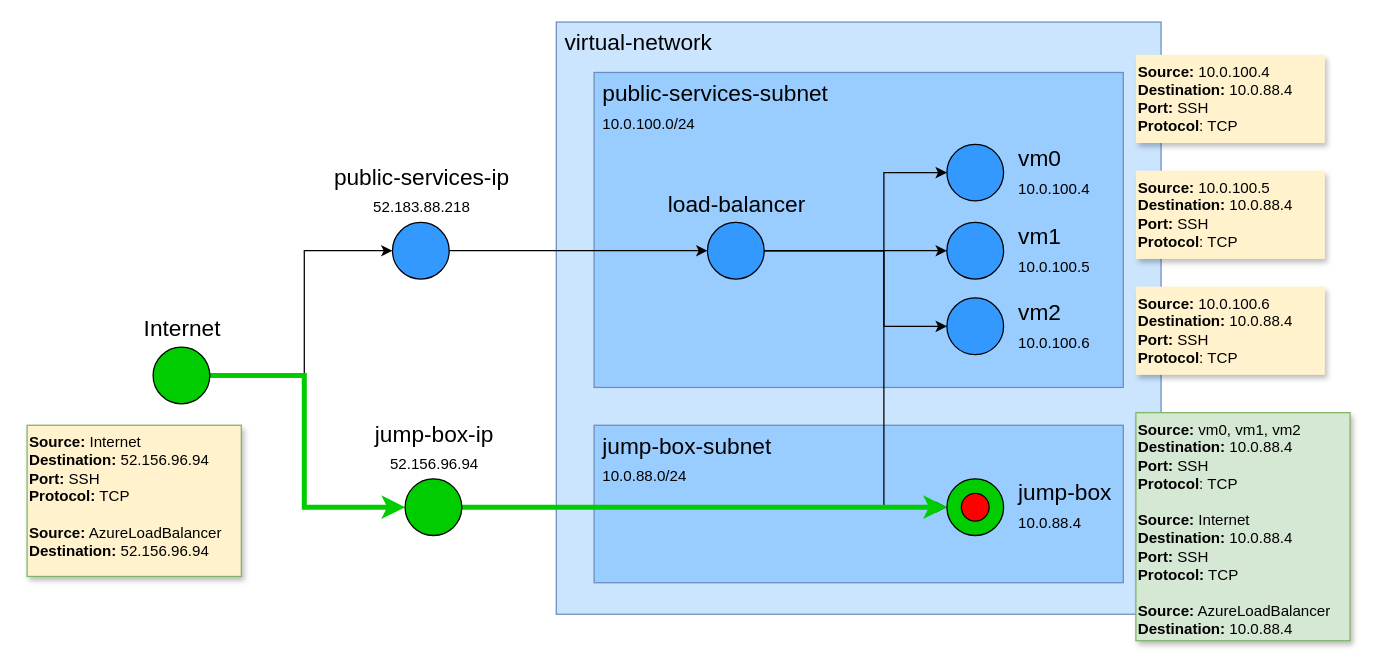
MikeHopcroft/labyrinth keeps this draw.io diagram as page "Original" (1 of 6) of documentation/src/00.demo.drawio. Above is the earlier version. Source tidied: cells renumbered, new cells numbered last; positions are measured from the earlier drawing's top-left corner, leaving out a move shared by most shapes. Both pictures are drawn from the tidied source at 126%, with x=0, y=0 at pixel (26, 21).
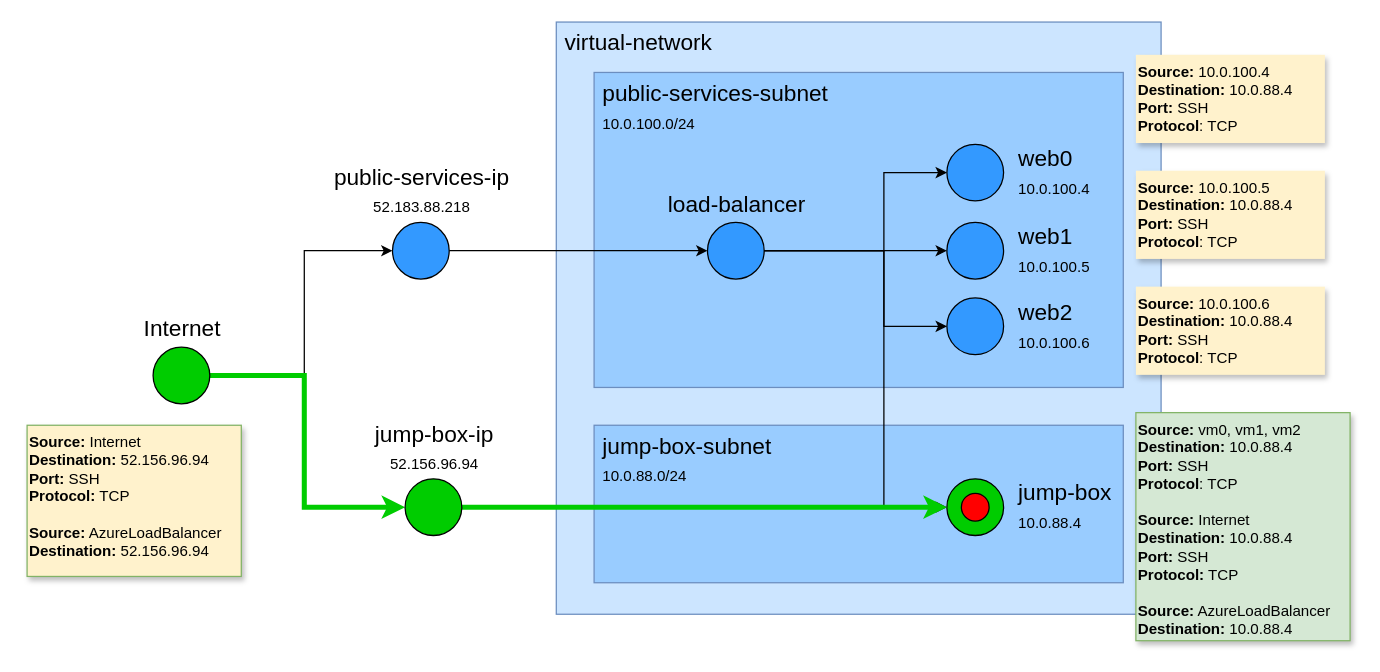
Above is the later version.

Diff of the diagram source:
```diff
@@
-    <mxCell id="7" value="&lt;font color=&quot;#000000&quot; style=&quot;line-height: 100%&quot;&gt;vm0&lt;br&gt;&lt;font style=&quot;font-size: 12px&quot;&gt;10.0.100.4&lt;/font&gt;&lt;br&gt;&lt;/font&gt;" style="ellipse;html=1;strokeWidth=1;fontSize=18;fontColor=#FF0000;align=left;fillColor=#3399FF;verticalAlign=middle;labelPosition=right;verticalLabelPosition=middle;spacingLeft=10;" parent="1" vertex="1">
+    <mxCell id="7" value="&lt;font color=&quot;#000000&quot; style=&quot;line-height: 100%&quot;&gt;web0&lt;br&gt;&lt;font style=&quot;font-size: 12px&quot;&gt;10.0.100.4&lt;/font&gt;&lt;br&gt;&lt;/font&gt;" style="ellipse;html=1;strokeWidth=1;fontSize=18;fontColor=#FF0000;align=left;fillColor=#3399FF;verticalAlign=middle;labelPosition=right;verticalLabelPosition=middle;spacingLeft=10;" parent="1" vertex="1">
       <mxGeometry x="730" y="97" width="45" height="45" as="geometry" />
     </mxCell>
-    <mxCell id="8" value="&lt;font color=&quot;#000000&quot; style=&quot;line-height: 100%&quot;&gt;vm1&lt;br&gt;&lt;font style=&quot;font-size: 12px&quot;&gt;10.0.100.5&lt;/font&gt;&lt;br&gt;&lt;/font&gt;" style="ellipse;html=1;strokeWidth=1;fontSize=18;fontColor=#FF0000;align=left;fillColor=#3399FF;verticalAlign=middle;labelPosition=right;verticalLabelPosition=middle;spacingLeft=10;" parent="1" vertex="1">
+    <mxCell id="8" value="&lt;font color=&quot;#000000&quot; style=&quot;line-height: 100%&quot;&gt;web1&lt;br&gt;&lt;font style=&quot;font-size: 12px&quot;&gt;10.0.100.5&lt;/font&gt;&lt;br&gt;&lt;/font&gt;" style="ellipse;html=1;strokeWidth=1;fontSize=18;fontColor=#FF0000;align=left;fillColor=#3399FF;verticalAlign=middle;labelPosition=right;verticalLabelPosition=middle;spacingLeft=10;" parent="1" vertex="1">
       <mxGeometry x="730" y="159" width="45" height="45" as="geometry" />
     </mxCell>
-    <mxCell id="9" value="&lt;font color=&quot;#000000&quot; style=&quot;line-height: 100%&quot;&gt;vm2&lt;br&gt;&lt;font style=&quot;font-size: 12px&quot;&gt;10.0.100.6&lt;/font&gt;&lt;br&gt;&lt;/font&gt;" style="ellipse;html=1;strokeWidth=1;fontSize=18;fontColor=#FF0000;align=left;fillColor=#3399FF;verticalAlign=middle;labelPosition=right;verticalLabelPosition=middle;spacingLeft=10;" parent="1" vertex="1">
+    <mxCell id="9" value="&lt;font color=&quot;#000000&quot; style=&quot;line-height: 100%&quot;&gt;web2&lt;br&gt;&lt;font style=&quot;font-size: 12px&quot;&gt;10.0.100.6&lt;/font&gt;&lt;br&gt;&lt;/font&gt;" style="ellipse;html=1;strokeWidth=1;fontSize=18;fontColor=#FF0000;align=left;fillColor=#3399FF;verticalAlign=middle;labelPosition=right;verticalLabelPosition=middle;spacingLeft=10;" parent="1" vertex="1">
       <mxGeometry x="730" y="219" width="45" height="45" as="geometry" />
     </mxCell>
```
